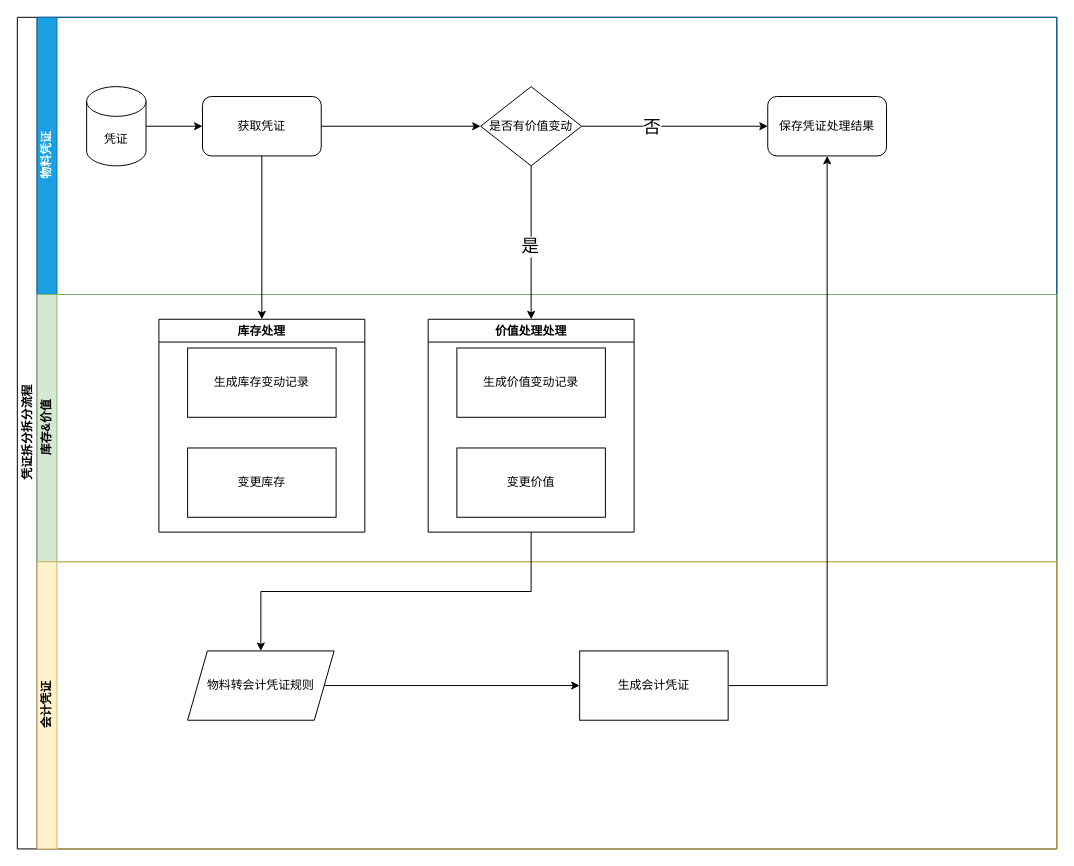
This is 未命名绘图.drawio from cloudatlasx/galaxy, a draw.io file, before an edit. Source tidied: cells renumbered, new cells numbered last; positions are measured from the earlier drawing's top-left corner, leaving out a move shared by most shapes. Both pictures are drawn from the tidied source at 99%, with x=0, y=0 at pixel (17, 17).
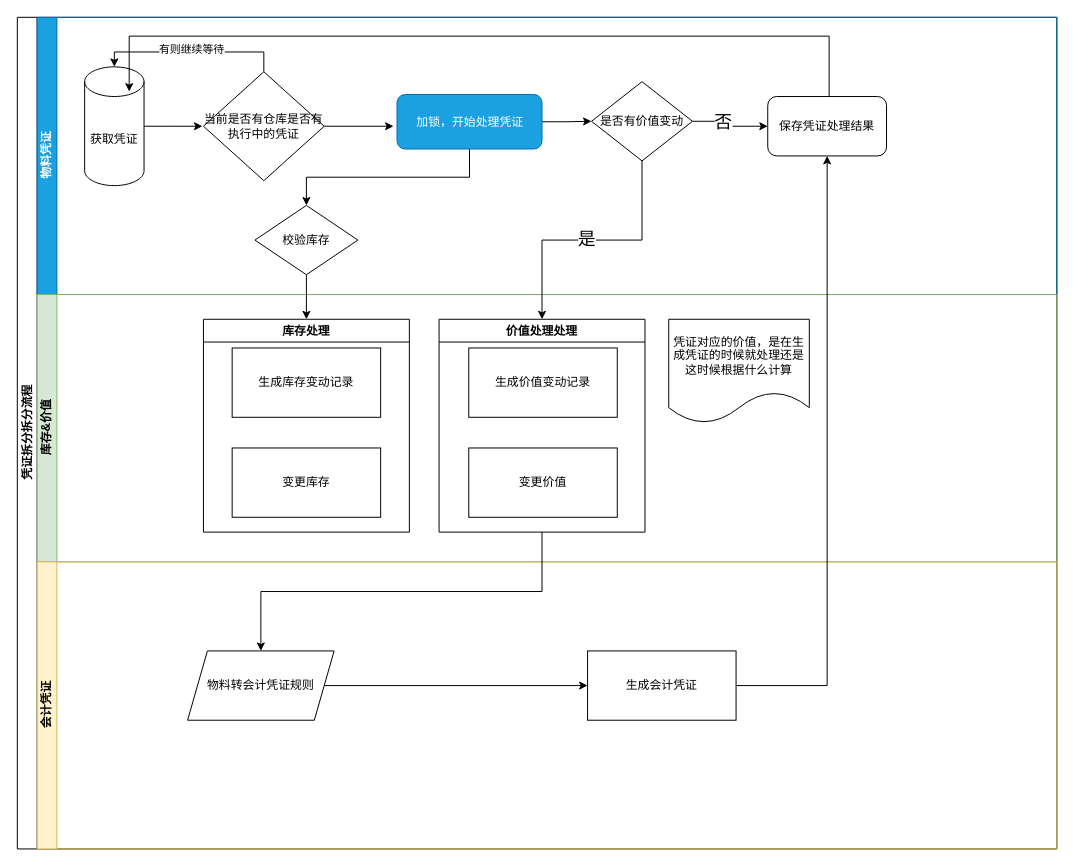
The same page after the edit.

Commit message:
更新未命名绘图.drawio

Unchanged cells that the change refers to:
```xml
<mxCell id="2" value="凭证拆分拆分流程" style="swimlane;html=1;horizontal=0;startSize=20;" parent="1" vertex="1">
  <mxGeometry width="1050" height="840" as="geometry" />
</mxCell>
<mxCell id="3" value="物料凭证" style="swimlane;html=1;startSize=20;horizontal=0;fillColor=#1ba1e2;fontColor=#ffffff;strokeColor=#006EAF;" parent="2" vertex="1">
  <mxGeometry x="20" width="1030" height="280" as="geometry" />
</mxCell>
<mxCell id="12" value="库存&amp;amp;价值" style="swimlane;html=1;startSize=20;horizontal=0;fillColor=#d5e8d4;strokeColor=#82b366;" parent="2" vertex="1">
  <mxGeometry x="20" y="280" width="1030" height="270" as="geometry" />
</mxCell>
<mxCell id="21" value="会计凭证" style="swimlane;html=1;startSize=20;horizontal=0;fillColor=#fff2cc;strokeColor=#d6b656;" parent="2" vertex="1">
  <mxGeometry x="20" y="550" width="1030" height="290" as="geometry" />
</mxCell>
```

The edit, as a diff of the source:
```diff
@@
-    <mxCell id="4" style="edgeStyle=orthogonalEdgeStyle;rounded=0;jettySize=auto;html=1;" parent="3" edge="1" source="5" target="7">
-      <mxGeometry relative="1" as="geometry" />
+    <mxCell id="4" style="edgeStyle=orthogonalEdgeStyle;rounded=0;jettySize=auto;html=1;" parent="3" edge="1" source="5">
+      <mxGeometry relative="1" as="geometry">
+        <mxPoint x="167" y="110" as="targetPoint" />
+      </mxGeometry>
     </mxCell>
-    <mxCell id="5" value="凭证" style="shape=cylinder3;whiteSpace=wrap;html=1;boundedLbl=1;backgroundOutline=1;size=15;" parent="3" vertex="1">
-      <mxGeometry x="50" y="70" width="60" height="80" as="geometry" />
+    <mxCell id="5" value="获取凭证" style="shape=cylinder3;whiteSpace=wrap;html=1;boundedLbl=1;backgroundOutline=1;size=15;" parent="3" vertex="1">
+      <mxGeometry x="48" y="50" width="60" height="120" as="geometry" />
     </mxCell>
-    <mxCell id="6" style="edgeStyle=orthogonalEdgeStyle;rounded=0;jettySize=auto;html=1;" parent="3" edge="1" source="7" target="10">
-      <mxGeometry relative="1" as="geometry" />
-    </mxCell>
-    <mxCell id="7" value="获取凭证" style="rounded=1;whiteSpace=wrap;html=1;" parent="3" vertex="1">
-      <mxGeometry x="167" y="80" width="120" height="60" as="geometry" />
-    </mxCell>
@@
     <mxCell id="10" value="是否有价值变动" style="rhombus;whiteSpace=wrap;html=1;" parent="3" vertex="1">
-      <mxGeometry x="448" y="70" width="102" height="80" as="geometry" />
+      <mxGeometry x="560" y="65" width="102" height="80" as="geometry" />
     </mxCell>
@@
+    <mxCell id="28" value="校验库存" style="rhombus;whiteSpace=wrap;html=1;" parent="3" vertex="1">
+      <mxGeometry x="220" y="190" width="104" height="70" as="geometry" />
+    </mxCell>
+    <mxCell id="29" style="edgeStyle=orthogonalEdgeStyle;rounded=0;jettySize=auto;html=1;exitX=0.5;exitY=1;exitDx=0;exitDy=0;" parent="3" edge="1" source="31" target="28">
+      <mxGeometry relative="1" as="geometry" />
+    </mxCell>
+    <mxCell id="30" style="edgeStyle=orthogonalEdgeStyle;rounded=0;jettySize=auto;html=1;" parent="3" edge="1" source="31" target="10">
+      <mxGeometry relative="1" as="geometry" />
+    </mxCell>
+    <mxCell id="31" value="加锁，开始处理凭证" style="rounded=1;whiteSpace=wrap;html=1;fillColor=#1ba1e2;fontColor=#ffffff;strokeColor=#006EAF;" parent="3" vertex="1">
+      <mxGeometry x="363.5" y="78" width="146.5" height="55" as="geometry" />
+    </mxCell>
+    <mxCell id="32" style="edgeStyle=orthogonalEdgeStyle;rounded=0;jettySize=auto;html=1;exitX=1;exitY=0.5;exitDx=0;exitDy=0;" parent="3" edge="1" source="33">
+      <mxGeometry relative="1" as="geometry">
+        <mxPoint x="360" y="110" as="targetPoint" />
+      </mxGeometry>
+    </mxCell>
+    <mxCell id="33" value="当前是否有仓库是否有执行中的凭证" style="rhombus;whiteSpace=wrap;html=1;" parent="3" vertex="1">
+      <mxGeometry x="168" y="55" width="122" height="110" as="geometry" />
+    </mxCell>
+    <mxCell id="34" style="edgeStyle=orthogonalEdgeStyle;rounded=0;jettySize=auto;html=1;exitX=0.5;exitY=0;exitDx=0;exitDy=0;entryX=0.5;entryY=0;entryDx=0;entryDy=0;entryPerimeter=0;" parent="3" edge="1" source="33" target="5">
+      <mxGeometry relative="1" as="geometry" />
+    </mxCell>
+    <mxCell id="35" value="有则继续等待" style="edgeLabel;html=1;align=center;verticalAlign=middle;" parent="34" vertex="1">
+      <mxGeometry x="0.01" y="-3" relative="1" as="geometry" />
+    </mxCell>
+    <mxCell id="36" style="edgeStyle=orthogonalEdgeStyle;rounded=0;jettySize=auto;html=1;entryX=0.75;entryY=0.208;entryDx=0;entryDy=0;entryPerimeter=0;" parent="3" edge="1" target="5">
+      <mxGeometry relative="1" as="geometry">
+        <mxPoint x="800" y="80" as="sourcePoint" />
+        <Array as="points">
+          <mxPoint x="800" y="80" />
+          <mxPoint x="800" y="19" />
+          <mxPoint x="93" y="19" />
+        </Array>
+      </mxGeometry>
+    </mxCell>
@@
     <mxCell id="13" value="生成库存变动记录" style="rounded=0;whiteSpace=wrap;html=1;fontFamily=Helvetica;fontSize=12;fontColor=#000000;align=center;" parent="12" vertex="1">
-      <mxGeometry x="152" y="54" width="150" height="70" as="geometry" />
+      <mxGeometry x="197" y="54" width="150" height="70" as="geometry" />
     </mxCell>
     <mxCell id="14" value="变更库存" style="rounded=0;whiteSpace=wrap;html=1;fontFamily=Helvetica;fontSize=12;fontColor=#000000;align=center;" parent="12" vertex="1">
-      <mxGeometry x="152" y="155" width="150" height="70" as="geometry" />
+      <mxGeometry x="197" y="155" width="150" height="70" as="geometry" />
     </mxCell>
-    <mxCell id="15" value="生成价值变动记录" style="rounded=0;whiteSpace=wrap;html=1;fontFamily=Helvetica;fontSize=12;fontColor=#000000;align=center;" parent="12" vertex="1">
-      <mxGeometry x="424" y="54" width="150" height="70" as="geometry" />
-    </mxCell>
     <mxCell id="16" value="变更价值" style="rounded=0;whiteSpace=wrap;html=1;fontFamily=Helvetica;fontSize=12;fontColor=#000000;align=center;" parent="12" vertex="1">
-      <mxGeometry x="424" y="155" width="150" height="70" as="geometry" />
+      <mxGeometry x="436" y="155" width="150" height="70" as="geometry" />
     </mxCell>
     <mxCell id="17" value="库存处理" style="swimlane;whiteSpace=wrap;html=1;" parent="12" vertex="1">
-      <mxGeometry x="123" y="25" width="208" height="215" as="geometry" />
+      <mxGeometry x="168" y="25" width="208" height="215" as="geometry" />
     </mxCell>
     <mxCell id="18" value="价值处理处理" style="swimlane;whiteSpace=wrap;html=1;" parent="12" vertex="1">
-      <mxGeometry x="395" y="25" width="208" height="215" as="geometry" />
+      <mxGeometry x="406" y="25" width="208" height="215" as="geometry" />
     </mxCell>
+    <mxCell id="15" value="生成价值变动记录" style="rounded=0;whiteSpace=wrap;html=1;fontFamily=Helvetica;fontSize=12;fontColor=#000000;align=center;" parent="18" vertex="1">
+      <mxGeometry x="30" y="29" width="150" height="70" as="geometry" />
+    </mxCell>
+    <mxCell id="37" value="凭证对应的价值，是在生成凭证的时候就处理还是这时候根据什么计算" style="shape=document;whiteSpace=wrap;html=1;boundedLbl=1;" parent="12" vertex="1">
+      <mxGeometry x="638" y="25" width="142" height="105" as="geometry" />
+    </mxCell>
@@
     <mxCell id="22" value="生成会计凭证" style="rounded=0;whiteSpace=wrap;html=1;fontFamily=Helvetica;fontSize=12;fontColor=#000000;align=center;" parent="21" vertex="1">
-      <mxGeometry x="548" y="90" width="150" height="70" as="geometry" />
+      <mxGeometry x="556" y="90" width="150" height="70" as="geometry" />
     </mxCell>
@@
-    <mxCell id="25" style="edgeStyle=orthogonalEdgeStyle;rounded=0;jettySize=auto;html=1;exitX=0.5;exitY=1;exitDx=0;exitDy=0;" parent="2" edge="1" source="7" target="17">
-      <mxGeometry relative="1" as="geometry" />
-    </mxCell>
@@
+    <mxCell id="38" style="edgeStyle=orthogonalEdgeStyle;rounded=0;jettySize=auto;html=1;exitX=0.5;exitY=1;exitDx=0;exitDy=0;" parent="2" edge="1" source="28" target="17">
+      <mxGeometry relative="1" as="geometry" />
+    </mxCell>
```
